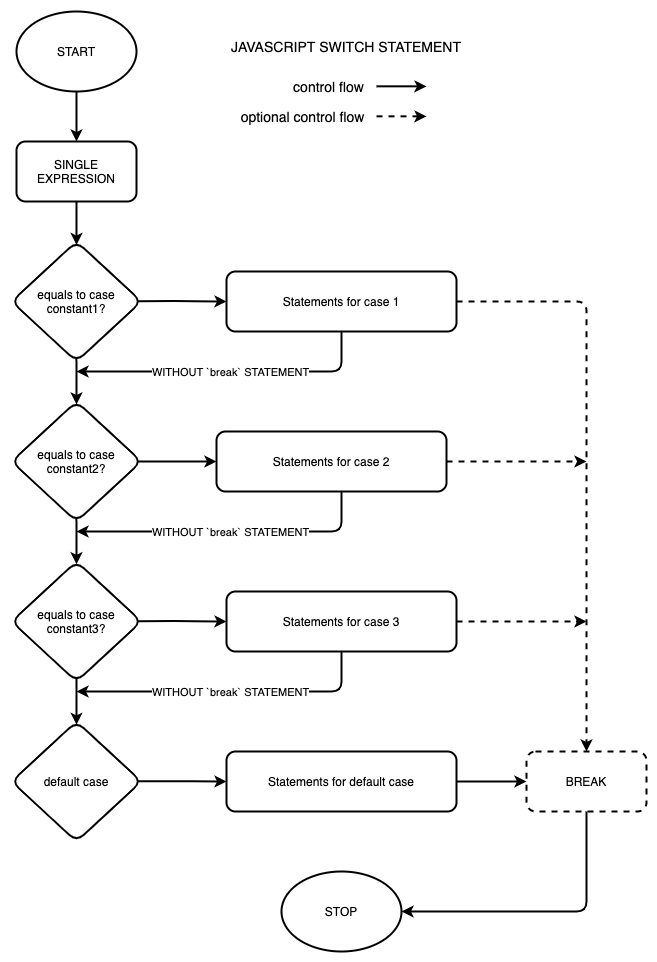
Before: flow_diagram.png, a diagram exported from draw.io (r-coh/javascript-switch-statement). Source tidied: cells renumbered, new cells last; positions are measured from the earlier drawing's top-left corner, leaving out a move shared by most shapes.
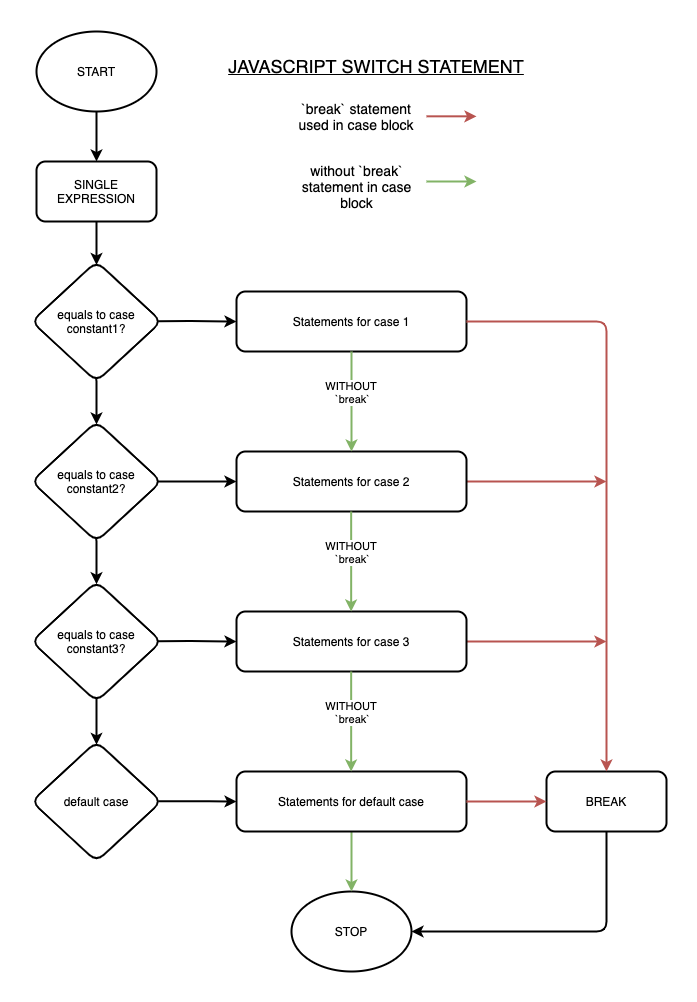
The same diagram one commit later.

Change to the diagram source:
```diff
@@ -12,147 +12,138 @@
       <mxGeometry x="5" y="130" width="120" height="60" as="geometry" />
     </mxCell>
     <mxCell id="5" style="edgeStyle=orthogonalEdgeStyle;jettySize=auto;html=1;strokeWidth=2;" parent="2" edge="1" source="3" target="4">
-      <mxGeometry relative="1" as="geometry" />
+      <mxGeometry as="geometry" />
     </mxCell>
     <mxCell id="6" value="equals to case constant1?" style="rhombus;whiteSpace=wrap;html=1;strokeWidth=2;rounded=1;" parent="2" vertex="1">
       <mxGeometry y="230" width="130" height="120" as="geometry" />
     </mxCell>
     <mxCell id="7" style="edgeStyle=orthogonalEdgeStyle;jettySize=auto;html=1;entryX=0.5;entryY=0.029;entryDx=0;entryDy=0;strokeWidth=2;entryPerimeter=0;" parent="2" edge="1" source="4" target="6">
-      <mxGeometry relative="1" as="geometry" />
+      <mxGeometry as="geometry" />
     </mxCell>
-    <mxCell id="8" style="edgeStyle=orthogonalEdgeStyle;jettySize=auto;html=1;strokeWidth=2;" parent="2" edge="1" source="10">
-      <mxGeometry relative="1" as="geometry">
-        <mxPoint x="65" y="360" as="targetPoint" />
-        <Array as="points">
-          <mxPoint x="330" y="360" />
-        </Array>
-      </mxGeometry>
-    </mxCell>
-    <mxCell id="9" value="WITHOUT `break` STATEMENT" style="edgeLabel;html=1;align=center;verticalAlign=middle;rounded=1;" parent="8" vertex="1">
-      <mxGeometry x="-0.31" relative="1" as="geometry">
-        <mxPoint x="-46" as="offset" />
-      </mxGeometry>
-    </mxCell>
     <mxCell id="10" value="Statements for case 1" style="whiteSpace=wrap;html=1;strokeWidth=2;rounded=1;" parent="2" vertex="1">
-      <mxGeometry x="215" y="260" width="230" height="60" as="geometry" />
+      <mxGeometry x="205" y="260" width="230" height="60" as="geometry" />
     </mxCell>
     <mxCell id="11" style="edgeStyle=orthogonalEdgeStyle;jettySize=auto;html=1;strokeWidth=2;exitX=0.974;exitY=0.497;exitDx=0;exitDy=0;exitPerimeter=0;" parent="2" edge="1" source="6" target="10">
-      <mxGeometry relative="1" as="geometry" />
+      <mxGeometry as="geometry" />
     </mxCell>
     <mxCell id="12" value="STOP" style="ellipse;whiteSpace=wrap;html=1;strokeWidth=2;rounded=1;" parent="2" vertex="1">
-      <mxGeometry x="270" y="860" width="120" height="80" as="geometry" />
+      <mxGeometry x="260" y="860" width="120" height="80" as="geometry" />
     </mxCell>
     <mxCell id="13" value="equals to case constant2?" style="rhombus;whiteSpace=wrap;html=1;strokeWidth=2;rounded=1;" parent="2" vertex="1">
       <mxGeometry y="390" width="130" height="120" as="geometry" />
     </mxCell>
     <mxCell id="14" style="edgeStyle=orthogonalEdgeStyle;jettySize=auto;html=1;entryX=0.5;entryY=0.025;entryDx=0;entryDy=0;strokeWidth=2;exitX=0.499;exitY=0.979;exitDx=0;exitDy=0;exitPerimeter=0;entryPerimeter=0;" parent="2" edge="1" source="6" target="13">
-      <mxGeometry relative="1" as="geometry" />
+      <mxGeometry as="geometry" />
     </mxCell>
     <mxCell id="15" value="equals to case constant3?" style="rhombus;whiteSpace=wrap;html=1;strokeWidth=2;rounded=1;" parent="2" vertex="1">
       <mxGeometry y="550" width="130" height="120" as="geometry" />
     </mxCell>
     <mxCell id="16" style="edgeStyle=orthogonalEdgeStyle;jettySize=auto;html=1;strokeWidth=2;exitX=0.499;exitY=0.979;exitDx=0;exitDy=0;exitPerimeter=0;entryX=0.5;entryY=0.023;entryDx=0;entryDy=0;entryPerimeter=0;" parent="2" edge="1" source="13" target="15">
-      <mxGeometry relative="1" as="geometry" />
+      <mxGeometry as="geometry" />
     </mxCell>
     <mxCell id="17" value="default case" style="rhombus;whiteSpace=wrap;html=1;strokeWidth=2;rounded=1;" parent="2" vertex="1">
       <mxGeometry y="710" width="130" height="120" as="geometry" />
     </mxCell>
     <mxCell id="18" style="edgeStyle=orthogonalEdgeStyle;jettySize=auto;html=1;strokeWidth=2;exitX=0.5;exitY=0.972;exitDx=0;exitDy=0;exitPerimeter=0;entryX=0.5;entryY=0.028;entryDx=0;entryDy=0;entryPerimeter=0;" parent="2" edge="1" source="15" target="17">
-      <mxGeometry relative="1" as="geometry" />
+      <mxGeometry as="geometry" />
     </mxCell>
+    <mxCell id="40" style="edgeStyle=orthogonalEdgeStyle;rounded=1;jettySize=auto;html=1;entryX=0.5;entryY=0;entryDx=0;entryDy=0;fontSize=14;strokeWidth=2;exitX=0.5;exitY=1;exitDx=0;exitDy=0;fillColor=#d5e8d4;strokeColor=#82b366;" parent="2" edge="1" source="19" target="12">
+      <mxGeometry relative="1" as="geometry" />
+    </mxCell>
     <mxCell id="19" value="Statements for default case" style="whiteSpace=wrap;html=1;strokeWidth=2;rounded=1;" parent="2" vertex="1">
-      <mxGeometry x="215" y="740" width="230" height="60" as="geometry" />
+      <mxGeometry x="205" y="740" width="230" height="60" as="geometry" />
     </mxCell>
     <mxCell id="20" style="edgeStyle=orthogonalEdgeStyle;jettySize=auto;html=1;strokeWidth=2;exitX=0.975;exitY=0.498;exitDx=0;exitDy=0;exitPerimeter=0;" parent="2" edge="1" source="17" target="19">
-      <mxGeometry relative="1" as="geometry" />
+      <mxGeometry as="geometry" />
     </mxCell>
-    <mxCell id="21" style="edgeStyle=orthogonalEdgeStyle;jettySize=auto;html=1;dashed=1;strokeWidth=2;" parent="2" edge="1" source="22">
-      <mxGeometry relative="1" as="geometry">
+    <mxCell id="21" style="edgeStyle=orthogonalEdgeStyle;jettySize=auto;html=1;strokeWidth=2;fillColor=#f8cecc;strokeColor=#b85450;" parent="2" edge="1" source="22">
+      <mxGeometry as="geometry">
         <mxPoint x="575" y="610" as="targetPoint" />
       </mxGeometry>
     </mxCell>
     <mxCell id="22" value="Statements for case 3" style="whiteSpace=wrap;html=1;strokeWidth=2;rounded=1;" parent="2" vertex="1">
-      <mxGeometry x="215" y="580" width="230" height="60" as="geometry" />
+      <mxGeometry x="205" y="580" width="230" height="60" as="geometry" />
     </mxCell>
     <mxCell id="23" style="edgeStyle=orthogonalEdgeStyle;jettySize=auto;html=1;strokeWidth=2;exitX=0.973;exitY=0.497;exitDx=0;exitDy=0;exitPerimeter=0;" parent="2" edge="1" source="15" target="22">
-      <mxGeometry relative="1" as="geometry" />
+      <mxGeometry as="geometry" />
     </mxCell>
-    <mxCell id="24" style="edgeStyle=orthogonalEdgeStyle;jettySize=auto;html=1;dashed=1;strokeWidth=2;" parent="2" edge="1" source="25">
-      <mxGeometry relative="1" as="geometry">
+    <mxCell id="24" style="edgeStyle=orthogonalEdgeStyle;jettySize=auto;html=1;strokeWidth=2;fillColor=#f8cecc;strokeColor=#b85450;" parent="2" edge="1" source="25">
+      <mxGeometry as="geometry">
         <mxPoint x="575" y="450" as="targetPoint" />
       </mxGeometry>
     </mxCell>
     <mxCell id="25" value="Statements for case 2" style="whiteSpace=wrap;html=1;strokeWidth=2;rounded=1;" parent="2" vertex="1">
       <mxGeometry x="205" y="420" width="230" height="60" as="geometry" />
     </mxCell>
+    <mxCell id="8" style="edgeStyle=orthogonalEdgeStyle;jettySize=auto;html=1;strokeWidth=2;entryX=0.5;entryY=0;entryDx=0;entryDy=0;fillColor=#d5e8d4;strokeColor=#82b366;" parent="2" edge="1" source="10" target="25">
+      <mxGeometry as="geometry" />
+    </mxCell>
+    <mxCell id="9" value="WITHOUT &lt;br&gt;`break`" style="edgeLabel;html=1;align=center;verticalAlign=middle;rounded=1;" parent="8" vertex="1">
+      <mxGeometry x="-0.31" relative="1" as="geometry">
+        <mxPoint y="6" as="offset" />
+      </mxGeometry>
+    </mxCell>
     <mxCell id="26" style="edgeStyle=orthogonalEdgeStyle;jettySize=auto;html=1;strokeWidth=2;exitX=0.973;exitY=0.5;exitDx=0;exitDy=0;exitPerimeter=0;" parent="2" edge="1" source="13" target="25">
-      <mxGeometry relative="1" as="geometry" />
+      <mxGeometry as="geometry" />
     </mxCell>
     <mxCell id="27" style="edgeStyle=orthogonalEdgeStyle;jettySize=auto;html=1;entryX=1;entryY=0.5;entryDx=0;entryDy=0;strokeWidth=2;" parent="2" edge="1" source="28" target="12">
-      <mxGeometry relative="1" as="geometry">
+      <mxGeometry as="geometry">
         <Array as="points">
           <mxPoint x="575" y="900" />
         </Array>
       </mxGeometry>
     </mxCell>
-    <mxCell id="28" value="BREAK" style="whiteSpace=wrap;html=1;dashed=1;strokeWidth=2;rounded=1;" parent="2" vertex="1">
+    <mxCell id="28" value="BREAK" style="whiteSpace=wrap;html=1;strokeWidth=2;rounded=1;" parent="2" vertex="1">
       <mxGeometry x="515" y="740" width="120" height="60" as="geometry" />
     </mxCell>
-    <mxCell id="29" style="edgeStyle=orthogonalEdgeStyle;jettySize=auto;html=1;entryX=0.5;entryY=0;entryDx=0;entryDy=0;dashed=1;strokeWidth=2;" parent="2" edge="1" source="10" target="28">
-      <mxGeometry relative="1" as="geometry" />
+    <mxCell id="29" style="edgeStyle=orthogonalEdgeStyle;jettySize=auto;html=1;entryX=0.5;entryY=0;entryDx=0;entryDy=0;strokeWidth=2;fillColor=#f8cecc;strokeColor=#b85450;" parent="2" edge="1" source="10" target="28">
+      <mxGeometry as="geometry" />
     </mxCell>
-    <mxCell id="30" style="edgeStyle=orthogonalEdgeStyle;jettySize=auto;html=1;strokeWidth=2;" parent="2" edge="1" source="19" target="28">
-      <mxGeometry relative="1" as="geometry" />
+    <mxCell id="30" style="edgeStyle=orthogonalEdgeStyle;jettySize=auto;html=1;strokeWidth=2;fillColor=#f8cecc;strokeColor=#b85450;" parent="2" edge="1" source="19" target="28">
+      <mxGeometry as="geometry" />
     </mxCell>
-    <mxCell id="31" style="edgeStyle=orthogonalEdgeStyle;orthogonalLoop=1;jettySize=auto;html=1;strokeWidth=2;" parent="2" edge="1">
-      <mxGeometry relative="1" as="geometry">
-        <mxPoint x="330" y="640" as="sourcePoint" />
-        <mxPoint x="65" y="680" as="targetPoint" />
-        <Array as="points">
-          <mxPoint x="330" y="680" />
-        </Array>
-      </mxGeometry>
-    </mxCell>
-    <mxCell id="32" value="WITHOUT `break` STATEMENT" style="edgeLabel;html=1;align=center;verticalAlign=middle;rounded=1;" parent="31" vertex="1">
-      <mxGeometry x="-0.31" relative="1" as="geometry">
-        <mxPoint x="-46" as="offset" />
-      </mxGeometry>
-    </mxCell>
-    <mxCell id="33" style="edgeStyle=orthogonalEdgeStyle;orthogonalLoop=1;jettySize=auto;html=1;strokeWidth=2;" parent="2" edge="1">
-      <mxGeometry relative="1" as="geometry">
-        <mxPoint x="330" y="480" as="sourcePoint" />
-        <mxPoint x="65" y="520" as="targetPoint" />
-        <Array as="points">
-          <mxPoint x="330" y="520" />
-          <mxPoint x="65" y="520" />
-        </Array>
-      </mxGeometry>
-    </mxCell>
-    <mxCell id="34" value="WITHOUT `break` STATEMENT" style="edgeLabel;html=1;align=center;verticalAlign=middle;rounded=1;" parent="33" vertex="1">
-      <mxGeometry x="-0.31" relative="1" as="geometry">
-        <mxPoint x="-46" as="offset" />
-      </mxGeometry>
-    </mxCell>
-    <mxCell id="35" value="&lt;font style=&quot;font-size: 14px&quot;&gt;JAVASCRIPT SWITCH STATEMENT&lt;/font&gt;" style="text;html=1;strokeColor=none;fillColor=none;align=center;verticalAlign=middle;whiteSpace=wrap;dashed=1;rounded=1;" parent="2" vertex="1">
-      <mxGeometry x="205" y="20" width="260" height="30" as="geometry" />
+    <mxCell id="35" value="&lt;font style=&quot;font-size: 18px&quot;&gt;&lt;u&gt;JAVASCRIPT SWITCH STATEMENT&lt;/u&gt;&lt;/font&gt;" style="text;html=1;strokeColor=none;fillColor=none;align=center;verticalAlign=middle;whiteSpace=wrap;dashed=1;rounded=1;" parent="2" vertex="1">
+      <mxGeometry x="185" y="20" width="320" height="30" as="geometry" />
     </mxCell>
-    <mxCell id="36" style="endArrow=classic;html=1;rounded=1;fontSize=14;strokeWidth=2;" parent="2" edge="1">
-      <mxGeometry relative="1" as="geometry">
-        <mxPoint x="365" y="74.8" as="sourcePoint" />
-        <mxPoint x="415" y="74.8" as="targetPoint" />
+    <mxCell id="36" style="endArrow=classic;html=1;rounded=1;fontSize=14;strokeWidth=2;fillColor=#f8cecc;strokeColor=#b85450;" parent="2" edge="1">
+      <mxGeometry x="30" y="10" as="geometry">
+        <mxPoint x="395" y="84.8" as="sourcePoint" />
+        <mxPoint x="445" y="84.8" as="targetPoint" />
       </mxGeometry>
     </mxCell>
-    <mxCell id="37" style="endArrow=classic;html=1;rounded=1;fontSize=14;strokeWidth=2;dashed=1;" parent="2" edge="1">
-      <mxGeometry relative="1" as="geometry">
-        <mxPoint x="365" y="104.8" as="sourcePoint" />
-        <mxPoint x="415" y="104.8" as="targetPoint" />
+    <mxCell id="37" style="endArrow=classic;html=1;rounded=1;fontSize=14;strokeWidth=2;fillColor=#d5e8d4;strokeColor=#82b366;" parent="2" edge="1">
+      <mxGeometry x="30" y="45.2" as="geometry">
+        <mxPoint x="395" y="150" as="sourcePoint" />
+        <mxPoint x="445" y="150" as="targetPoint" />
       </mxGeometry>
     </mxCell>
-    <mxCell id="38" value="control flow" style="text;html=1;strokeColor=none;fillColor=none;align=center;verticalAlign=middle;whiteSpace=wrap;rounded=0;dashed=1;fontSize=14;" parent="2" vertex="1">
-      <mxGeometry x="270" y="60" width="95" height="30" as="geometry" />
+    <mxCell id="38" value="`break` statement used in case block" style="text;html=1;strokeColor=none;fillColor=none;align=center;verticalAlign=middle;whiteSpace=wrap;rounded=0;dashed=1;fontSize=14;" parent="2" vertex="1">
+      <mxGeometry x="255" y="70" width="140" height="30" as="geometry" />
     </mxCell>
-    <mxCell id="39" value="optional control flow" style="text;html=1;strokeColor=none;fillColor=none;align=center;verticalAlign=middle;whiteSpace=wrap;rounded=0;dashed=1;fontSize=14;" parent="2" vertex="1">
-      <mxGeometry x="225" y="90" width="132.5" height="30" as="geometry" />
+    <mxCell id="39" value="without `break` statement in case block" style="text;html=1;strokeColor=none;fillColor=none;align=center;verticalAlign=middle;whiteSpace=wrap;rounded=0;dashed=1;fontSize=14;" parent="2" vertex="1">
+      <mxGeometry x="258.8" y="140" width="132.5" height="30" as="geometry" />
     </mxCell>
+    <mxCell id="41" style="edgeStyle=orthogonalEdgeStyle;orthogonalLoop=1;jettySize=auto;html=1;strokeWidth=2;entryX=0.5;entryY=0;entryDx=0;entryDy=0;fillColor=#d5e8d4;strokeColor=#82b366;" parent="2" edge="1">
+      <mxGeometry x="-0.3" y="320" as="geometry">
+        <mxPoint x="319.7" y="640" as="sourcePoint" />
+        <mxPoint x="319.7" y="740" as="targetPoint" />
+      </mxGeometry>
+    </mxCell>
+    <mxCell id="42" value="WITHOUT &lt;br&gt;`break`" style="edgeLabel;html=1;align=center;verticalAlign=middle;rounded=1;" parent="41" vertex="1">
+      <mxGeometry x="-0.31" relative="1" as="geometry">
+        <mxPoint y="6" as="offset" />
+      </mxGeometry>
+    </mxCell>
+    <mxCell id="43" style="edgeStyle=orthogonalEdgeStyle;orthogonalLoop=1;jettySize=auto;html=1;strokeWidth=2;entryX=0.5;entryY=0;entryDx=0;entryDy=0;fillColor=#d5e8d4;strokeColor=#82b366;" parent="2" edge="1">
+      <mxGeometry x="-0.3" y="160" as="geometry">
+        <mxPoint x="319.7" y="480" as="sourcePoint" />
+        <mxPoint x="319.7" y="580" as="targetPoint" />
+      </mxGeometry>
+    </mxCell>
+    <mxCell id="44" value="WITHOUT &lt;br&gt;`break`" style="edgeLabel;html=1;align=center;verticalAlign=middle;rounded=1;" parent="43" vertex="1">
+      <mxGeometry x="-0.31" relative="1" as="geometry">
+        <mxPoint y="6" as="offset" />
+      </mxGeometry>
+    </mxCell>
   </root>
 </mxGraphModel>
```
